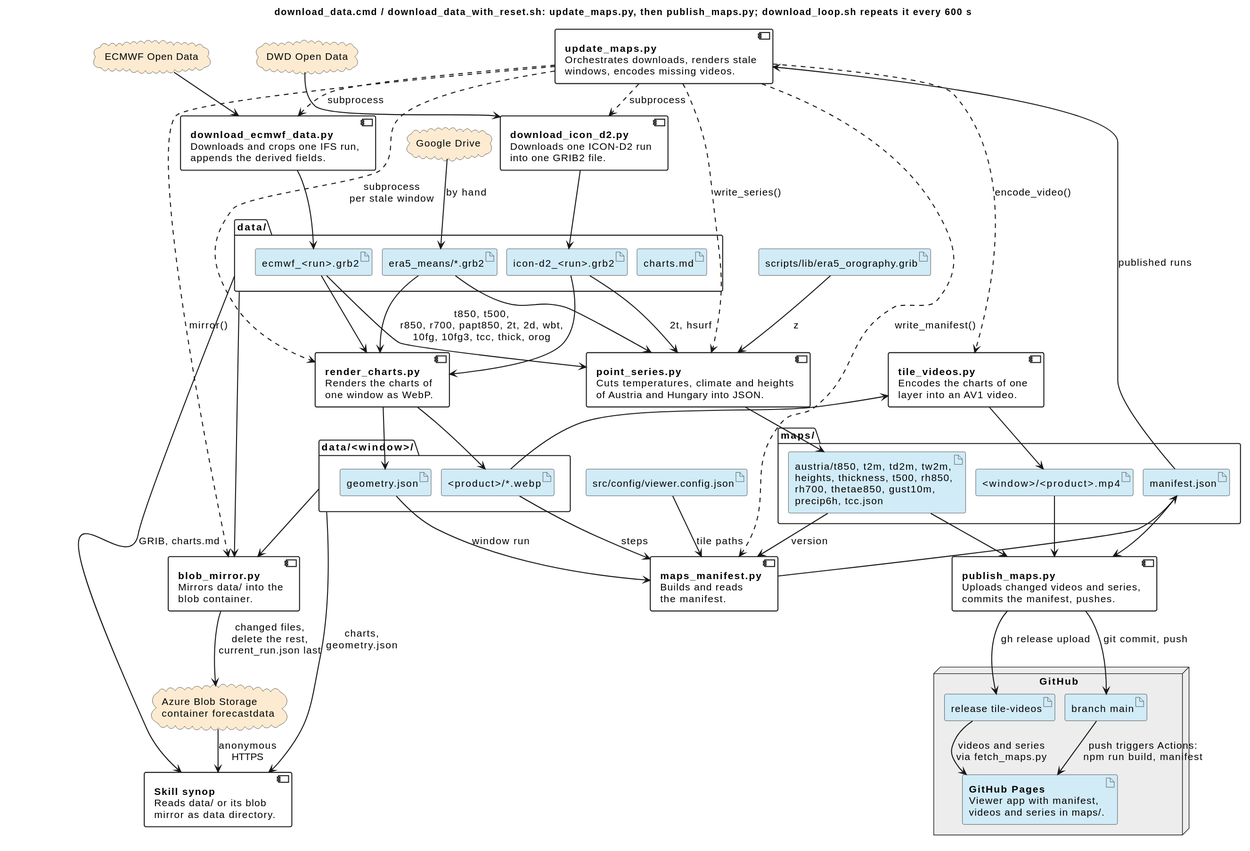
The PlantUML diagram docs/pipeline.svg in schletz/wetterkartenviewer, before a commit.
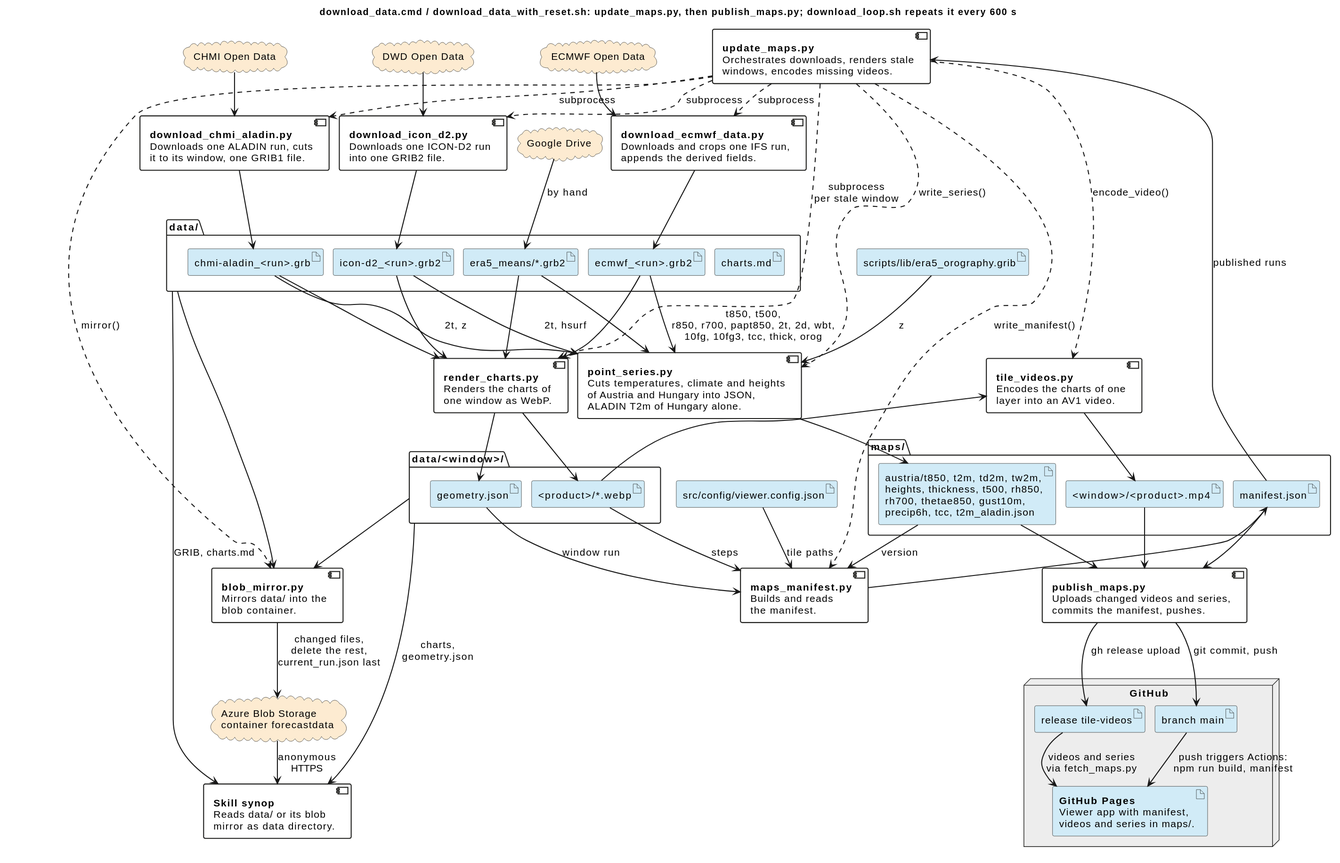
After the commit.

Change to the diagram source:
```diff
@@ -44,6 +44,7 @@
 title download_data.cmd / download_data_with_reset.sh: update_maps.py, then publish_maps.py; download_loop.sh repeats it every 600 s
 cloud "ECMWF Open Data" as ecmwf
 cloud "DWD Open Data" as dwd
+cloud "CHMI Open Data" as chmi
 cloud "Google Drive" as gdrive
 cloud "Azure Blob Storage\ncontainer forecastdata" as blob
 component update_maps [
@@ -61,6 +62,11 @@
  Downloads one ICON-D2 run
  into one GRIB2 file.
 ]
+component download_aladin [
+ **download_chmi_aladin.py**
+ Downloads one ALADIN run, cuts
+ it to its window, one GRIB1 file.
+]
 component render_charts [
  **render_charts.py**
  Renders the charts of
@@ -74,7 +80,8 @@
 component point_series [
  **point_series.py**
  Cuts temperatures, climate and heights
- of Austria and Hungary into JSON.
+ of Austria and Hungary into JSON,
+ ALADIN T2m of Hungary alone.
 ]
 component maps_manifest [
  **maps_manifest.py**
@@ -99,6 +106,7 @@
 folder "data/" as data_dir {
  artifact "ecmwf_<run>.grb2" as ecmwf_grib
  artifact "icon-d2_<run>.grb2" as icon_grib
+ artifact "chmi-aladin_<run>.grb" as aladin_grib
  artifact "era5_means/*.grb2" as era5
  artifact "charts.md" as charts_md
 }
@@ -108,7 +116,7 @@
 }
 folder "maps/" {
  artifact "<window>/<product>.mp4" as videos
- artifact "austria/t850, t2m, td2m, tw2m,\nheights, thickness, t500, rh850,\nrh700, thetae850, gust10m,\nprecip6h, tcc.json" as series
+ artifact "austria/t850, t2m, td2m, tw2m,\nheights, thickness, t500, rh850,\nrh700, thetae850, gust10m,\nprecip6h, tcc, t2m_aladin.json" as series
  artifact "manifest.json" as manifest
 }
 artifact "src/config/viewer.config.json" as config
@@ -124,6 +132,7 @@
 }
 update_maps ..> download_ecmwf : subprocess
 update_maps ..> download_icon : subprocess
+update_maps ..> download_aladin : subprocess
 update_maps ..> render_charts : subprocess\nper stale window
 update_maps ..> tile_videos : encode_video()
 update_maps ..> point_series : write_series()
@@ -131,11 +140,14 @@
 update_maps ..> blob_mirror : mirror()
 ecmwf --> download_ecmwf
 dwd --> download_icon
+chmi --> download_aladin
 gdrive --> era5 : by hand
 download_ecmwf --> ecmwf_grib
 download_icon --> icon_grib
+download_aladin --> aladin_grib
 ecmwf_grib --> render_charts
 icon_grib --> render_charts
+aladin_grib --> render_charts
 era5 --> render_charts
 render_charts --> charts
 render_charts --> geometry
@@ -143,6 +155,7 @@
 tile_videos --> videos
 ecmwf_grib --> point_series : t850, t500,\nr850, r700, papt850, 2t, 2d, wbt,\n10fg, 10fg3, tcc, thick, orog
 icon_grib --> point_series : 2t, hsurf
+aladin_grib --> point_series : 2t, z
 era5 --> point_series
 era5_orog --> point_series : z
 point_series --> series
```
